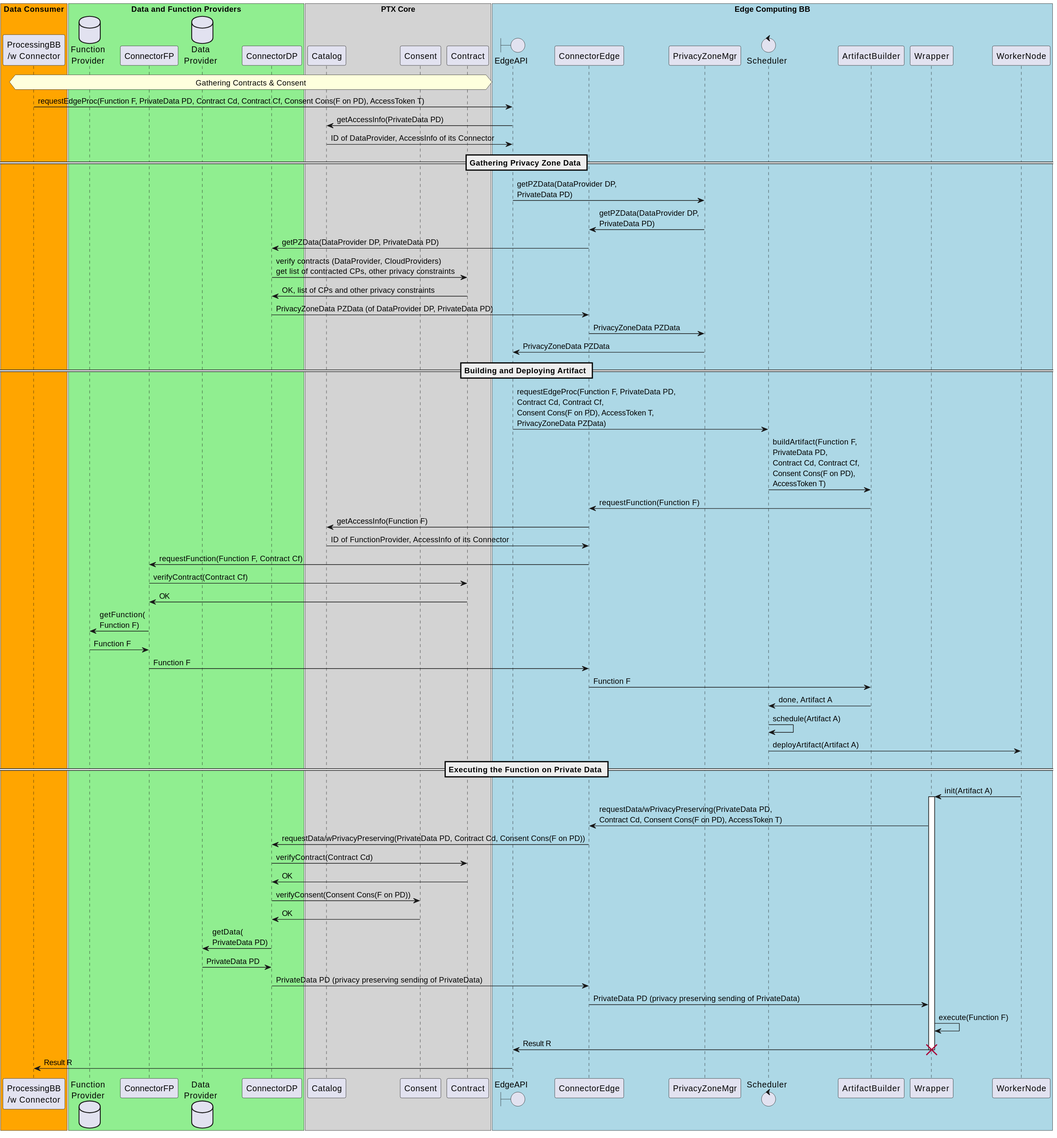
Above: docs/diagrams/edge-computing-bb-seq-diag.svg in Prometheus-X-association/edge-computing (PlantUML), before the change.
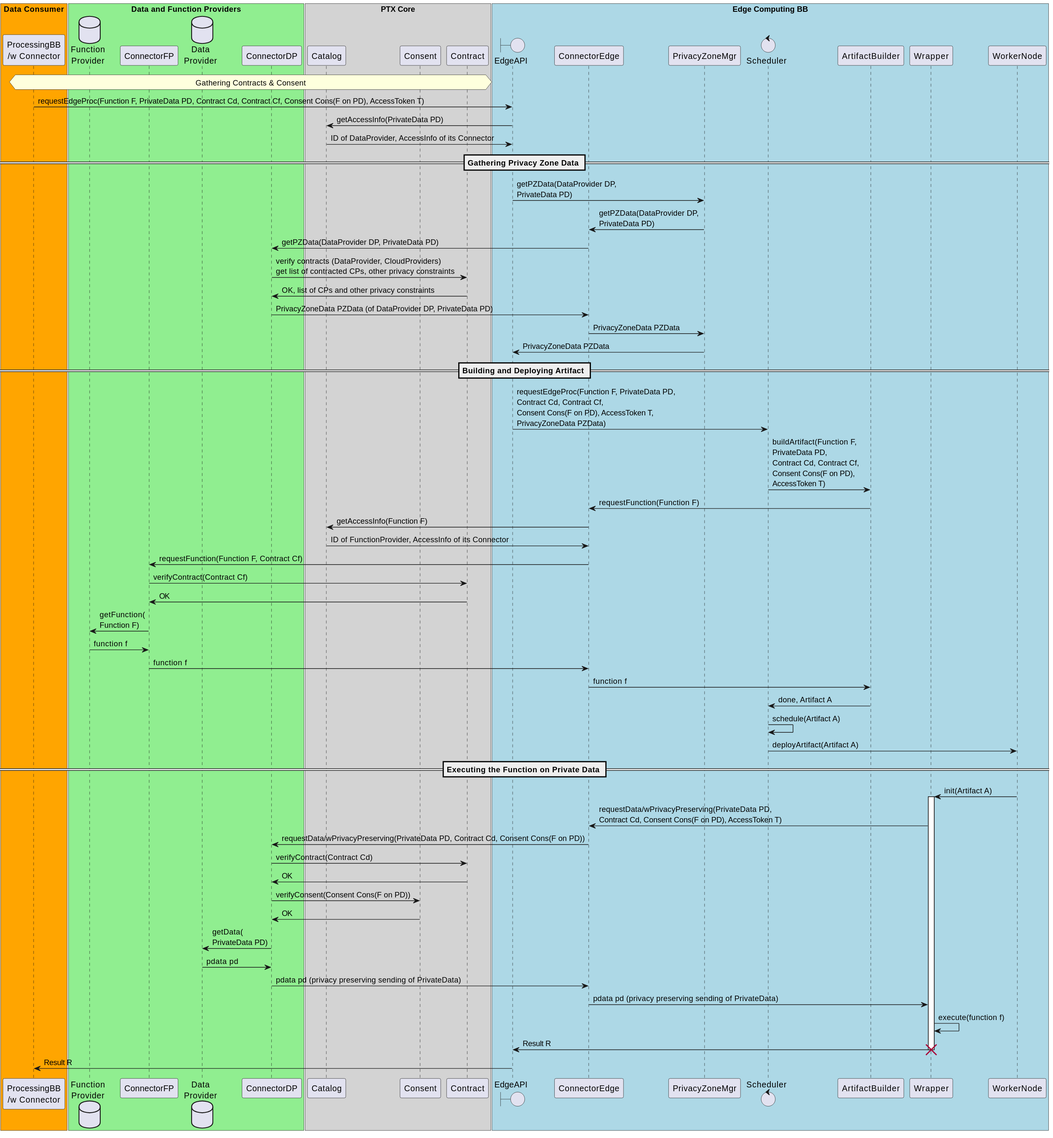
Later version of the same file.

Commit message:
update class and seq diagrams

Diff of the diagram source:
```diff
@@ -50,10 +50,10 @@
 ConnectorFP -> Contract : verifyContract(Contract Cf)
 Contract -> ConnectorFP : OK
 ConnectorFP -> FunctionProvider : getFunction(\nFunction F)
-FunctionProvider -> ConnectorFP : Function F
-ConnectorFP -> ConnectorEdge : Function F
+FunctionProvider -> ConnectorFP : function f
+ConnectorFP -> ConnectorEdge : function f
 
-ConnectorEdge -> ArtifactBuilder : Function F
+ConnectorEdge -> ArtifactBuilder : function f
 ArtifactBuilder -> Scheduler : done, Artifact A
 Scheduler -> Scheduler : schedule(Artifact A)
 Scheduler -> WorkerNode : deployArtifact(Artifact A)
@@ -69,11 +69,11 @@
 ConnectorDP -> Consent : verifyConsent(Consent Cons(F on PD))
 Consent -> ConnectorDP : OK
 ConnectorDP -> DataProvider : getData(\nPrivateData PD)
-DataProvider -> ConnectorDP : PrivateData PD
+DataProvider -> ConnectorDP : pdata pd
 
-ConnectorDP -> ConnectorEdge : PrivateData PD (privacy preserving sending of PrivateData)
-ConnectorEdge -> Wrapper : PrivateData PD (privacy preserving sending of PrivateData)
-Wrapper -> Wrapper : execute(Function F)
+ConnectorDP -> ConnectorEdge : pdata pd (privacy preserving sending of PrivateData)
+ConnectorEdge -> Wrapper : pdata pd (privacy preserving sending of PrivateData)
+Wrapper -> Wrapper : execute(function f)
 Wrapper -> EdgeAPI : Result R
 destroy Wrapper
 EdgeAPI -> ProcessingBB : Result R
```
